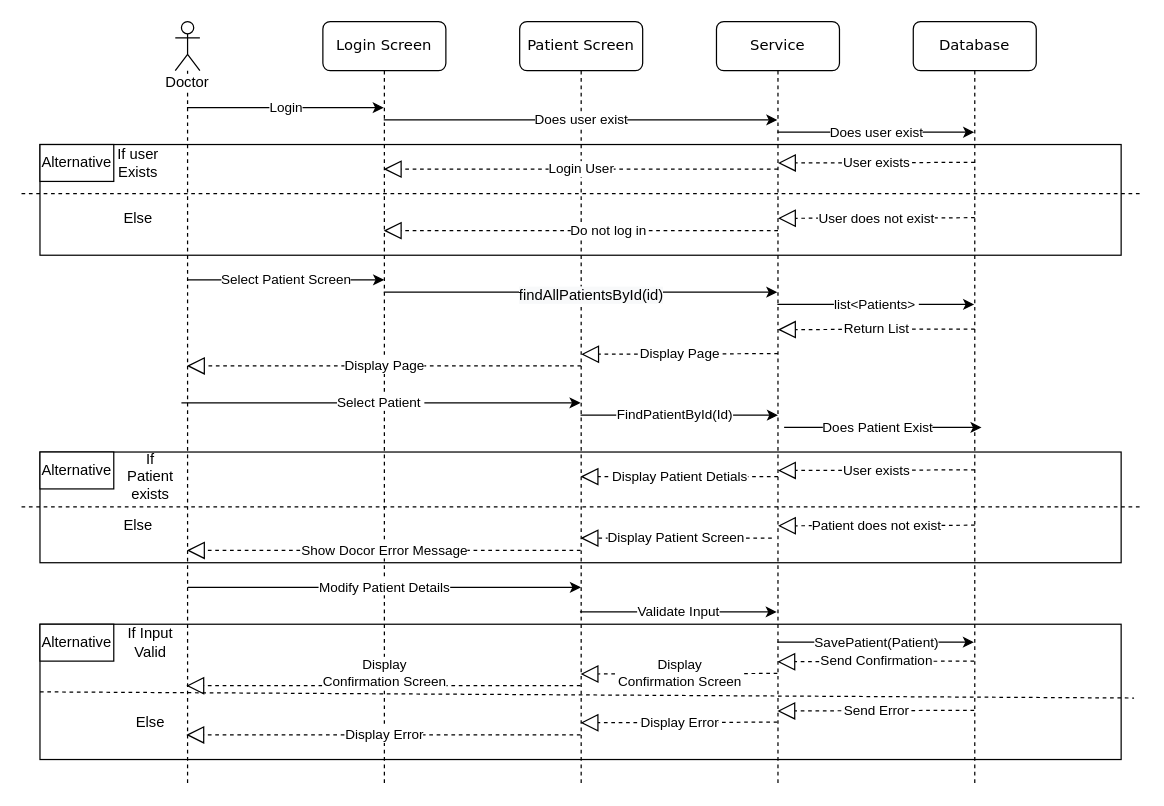
This is page "Modify Patient Record" (2 of 5) of Sequence/Nurse Sequence Diagram.drawio from mattdear/circle-lab-project, a draw.io file, before an edit. Source tidied: cells renumbered, new cells numbered last; positions are measured from the earlier drawing's top-left corner, leaving out a move shared by most shapes. Both pictures are drawn from the tidied source at 123%, with x=0, y=0 at pixel (21, 21).
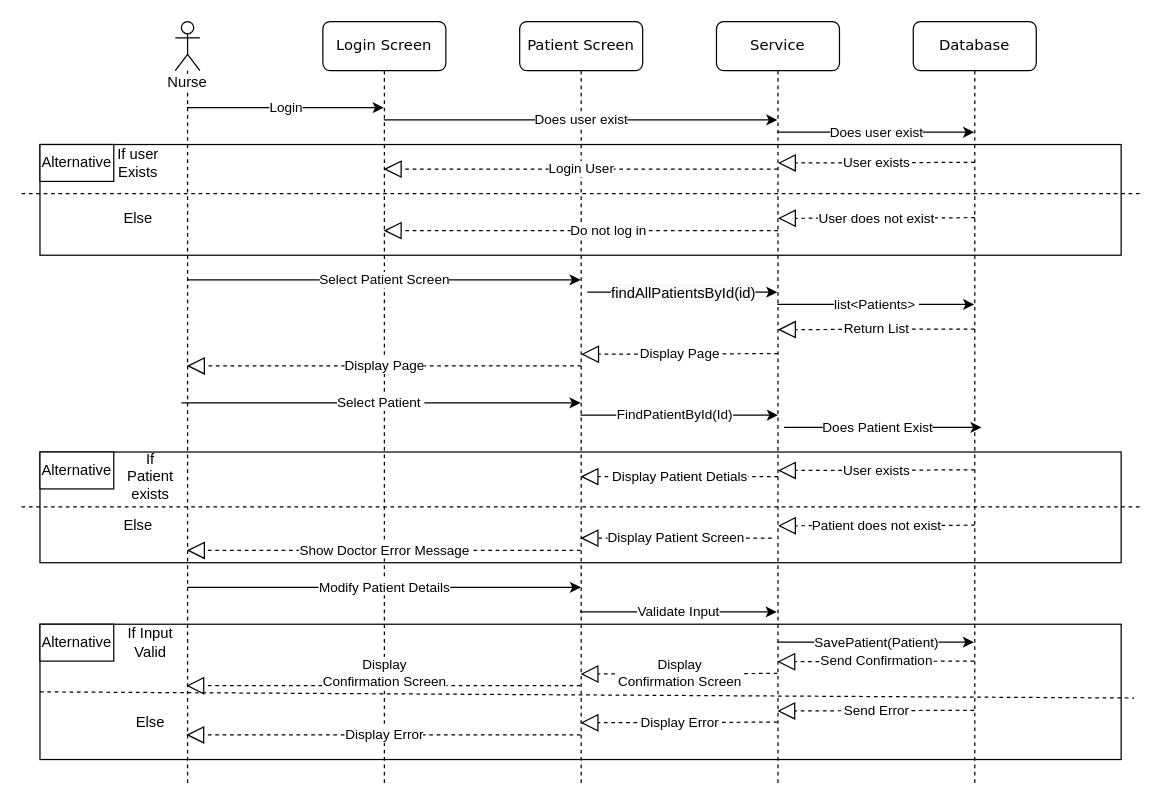
Above is the later version.

Commit message (it also covers changes not shown here):
Finished nurse sequence diagram

Unchanged cells that the change refers to:
```xml
<mxCell id="12" value="Patient Screen" style="shape=umlLifeline;perimeter=lifelinePerimeter;whiteSpace=wrap;html=1;outlineConnect=0;rounded=1;shadow=0;comic=0;labelBackgroundColor=none;strokeWidth=1;fontFamily=Verdana;fontSize=12;align=center;" parent="1" vertex="1">
  <mxGeometry x="405" width="100" height="620" as="geometry" />
</mxCell>
<mxCell id="14" value="Login Screen" style="shape=umlLifeline;perimeter=lifelinePerimeter;whiteSpace=wrap;html=1;outlineConnect=0;rounded=1;shadow=0;comic=0;labelBackgroundColor=none;strokeWidth=1;fontFamily=Verdana;fontSize=12;align=center;" parent="1" vertex="1">
  <mxGeometry x="245" width="100" height="620" as="geometry" />
</mxCell>
<mxCell id="15" value="Service" style="shape=umlLifeline;perimeter=lifelinePerimeter;whiteSpace=wrap;html=1;outlineConnect=0;rounded=1;shadow=0;comic=0;labelBackgroundColor=none;strokeWidth=1;fontFamily=Verdana;fontSize=12;align=center;" parent="1" vertex="1">
  <mxGeometry x="565" width="100" height="620" as="geometry" />
</mxCell>
```

Change to the diagram source:
```diff
@@
-    <mxCell id="13" value="Doctor" style="shape=umlLifeline;participant=umlActor;perimeter=lifelinePerimeter;whiteSpace=wrap;html=1;verticalAlign=top;spacingTop=36;labelBackgroundColor=#ffffff;outlineConnect=0;" parent="1" vertex="1">
+    <mxCell id="13" value="Nurse" style="shape=umlLifeline;participant=umlActor;perimeter=lifelinePerimeter;whiteSpace=wrap;html=1;verticalAlign=top;spacingTop=36;labelBackgroundColor=#ffffff;outlineConnect=0;" parent="1" vertex="1">
       <mxGeometry x="125" width="20" height="620" as="geometry" />
     </mxCell>
@@
-    <mxCell id="28" value="Select Patient Screen" style="endArrow=classic;html=1;" parent="1" edge="1">
+    <mxCell id="28" value="Select Patient Screen" style="endArrow=classic;html=1;" parent="1" edge="1" target="12">
       <mxGeometry relative="1" as="geometry">
         <mxPoint x="135" y="210" as="sourcePoint" />
-        <mxPoint x="294.8" y="210" as="targetPoint" />
         <Array as="points">
           <mxPoint x="195.3" y="210" />
         </Array>
       </mxGeometry>
     </mxCell>
-    <mxCell id="29" style="endArrow=classic;html=1;" parent="1" edge="1" source="14" target="15">
+    <mxCell id="29" style="endArrow=classic;html=1;" parent="1" edge="1" target="15">
       <mxGeometry relative="1" as="geometry">
+        <mxPoint x="460" y="220" as="sourcePoint" />
         <Array as="points">
-          <mxPoint x="415" y="220" />
+          <mxPoint x="460" y="220" />
         </Array>
       </mxGeometry>
     </mxCell>
     <mxCell id="30" value="&lt;span style=&quot;text-align: left ; background-color: rgb(248 , 249 , 250)&quot;&gt;findAllPatientsById(id)&lt;/span&gt;" style="text;html=1;align=center;verticalAlign=middle;labelBackgroundColor=#ffffff;" parent="29" vertex="1">
       <mxGeometry x="0.09" y="-2" relative="1" as="geometry">
-        <mxPoint x="-6.3" as="offset" />
+        <mxPoint x="-6.3" y="-2" as="offset" />
       </mxGeometry>
     </mxCell>
@@
-    <mxCell id="52" value="Show Docor Error Message" style="endArrow=block;dashed=1;endFill=0;endSize=12;html=1;" parent="1" edge="1" source="12" target="13">
+    <mxCell id="52" value="Show Doctor Error Message" style="endArrow=block;dashed=1;endFill=0;endSize=12;html=1;" parent="1" edge="1" source="12" target="13">
       <mxGeometry relative="1" as="geometry">
         <Array as="points">
           <mxPoint x="210" y="430" />
         </Array>
       </mxGeometry>
     </mxCell>
```
